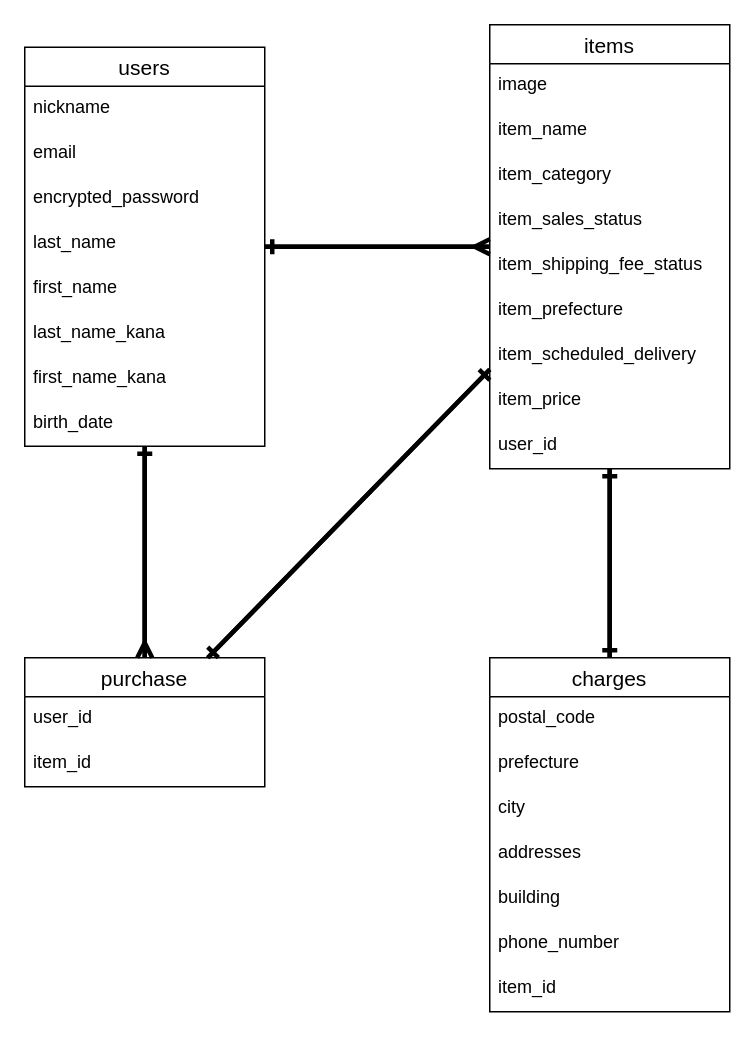
yw6870/furima-32560 keeps this draw.io diagram as furima.dio. Above is the earlier version. Source tidied: cells renumbered, new cells numbered last; positions are measured from the earlier drawing's top-left corner, leaving out a move shared by most shapes. Both pictures are drawn from the tidied source at 150%, with x=0, y=0 at pixel (24, 24).
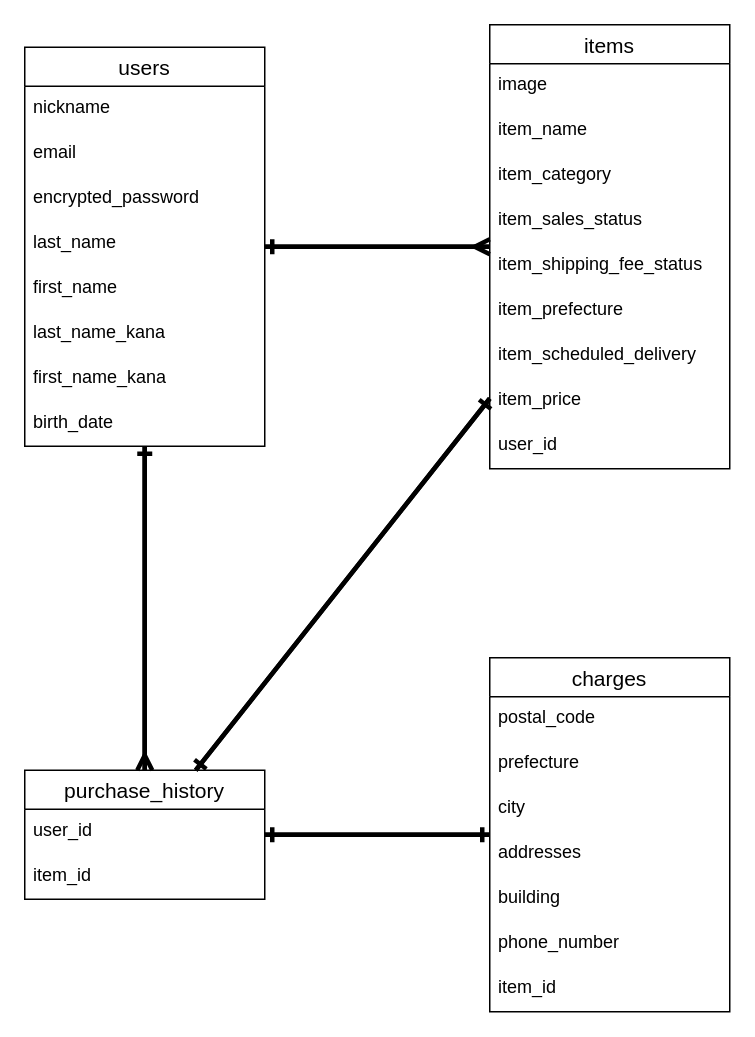
The same page after the edit.

The change refers to these unchanged cells:
```xml
<mxCell id="11" value="items" style="swimlane;fontStyle=0;horizontal=1;startSize=26;align=center;fontSize=14;" parent="1" vertex="1">
  <mxGeometry x="310" width="160" height="296" as="geometry" />
</mxCell>
<mxCell id="21" value="charges" style="swimlane;fontStyle=0;horizontal=1;startSize=26;align=center;fontSize=14;" parent="1" vertex="1">
  <mxGeometry x="310" y="422" width="160" height="236" as="geometry" />
</mxCell>
```

Diff of the diagram source:
```diff
@@
-    <mxCell id="29" value="purchase" style="swimlane;fontStyle=0;horizontal=1;startSize=26;align=center;fontSize=14;" parent="1" vertex="1">
-      <mxGeometry y="422" width="160" height="86" as="geometry" />
+    <mxCell id="29" value="purchase_history" style="swimlane;fontStyle=0;horizontal=1;startSize=26;align=center;fontSize=14;" parent="1" vertex="1">
+      <mxGeometry y="497" width="160" height="86" as="geometry" />
     </mxCell>
@@
-    <mxCell id="36" style="fontSize=12;html=1;endArrow=ERone;endFill=1;strokeWidth=3;" parent="1" edge="1" source="11" target="21">
+    <mxCell id="36" style="fontSize=12;html=1;endArrow=ERone;endFill=1;strokeWidth=3;" parent="1" edge="1" source="29" target="21">
       <mxGeometry relative="1" as="geometry" />
     </mxCell>
-    <mxCell id="37" style="fontSize=12;html=1;endArrow=ERone;endFill=1;strokeWidth=3;" parent="1" edge="1" source="21" target="11">
+    <mxCell id="37" style="fontSize=12;html=1;endArrow=ERone;endFill=1;strokeWidth=3;" parent="1" edge="1" source="21" target="29">
       <mxGeometry relative="1" as="geometry" />
     </mxCell>
```
